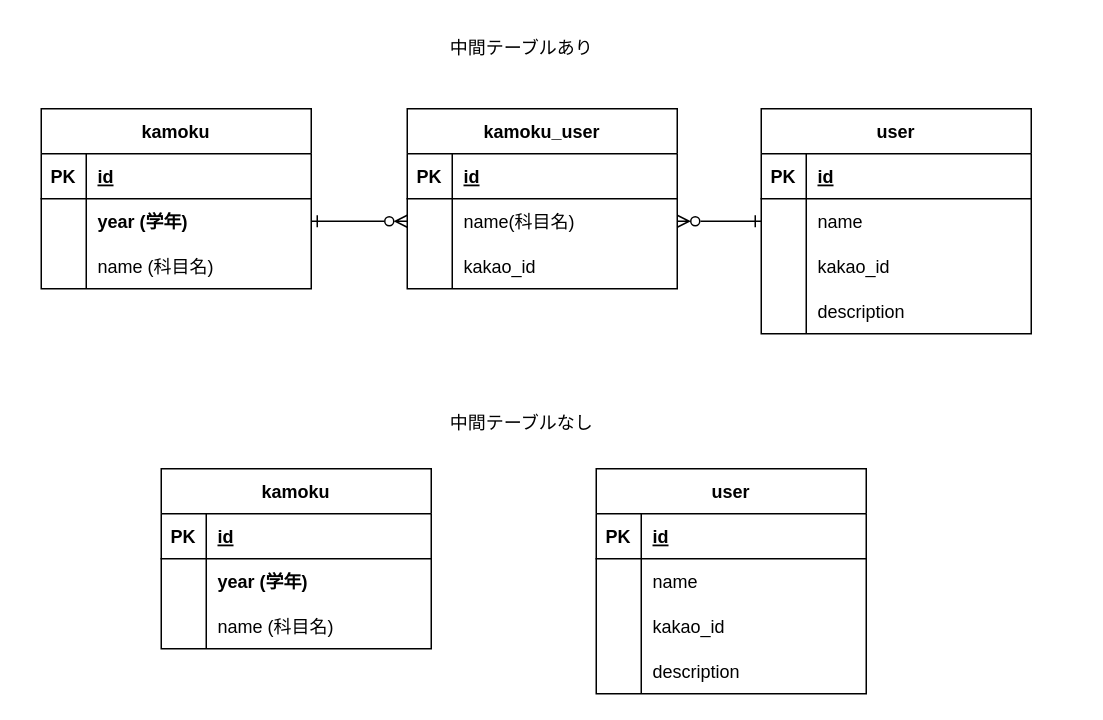
Earlier version of the draw.io diagram erd/demo2.dio (hirohiro-sys/ai-kakomon-share). Source tidied: cells renumbered, new cells numbered last; positions are measured from the earlier drawing's top-left corner, leaving out a move shared by most shapes. Both pictures are drawn from the tidied source at 150%, with x=0, y=0 at pixel (40, 26).
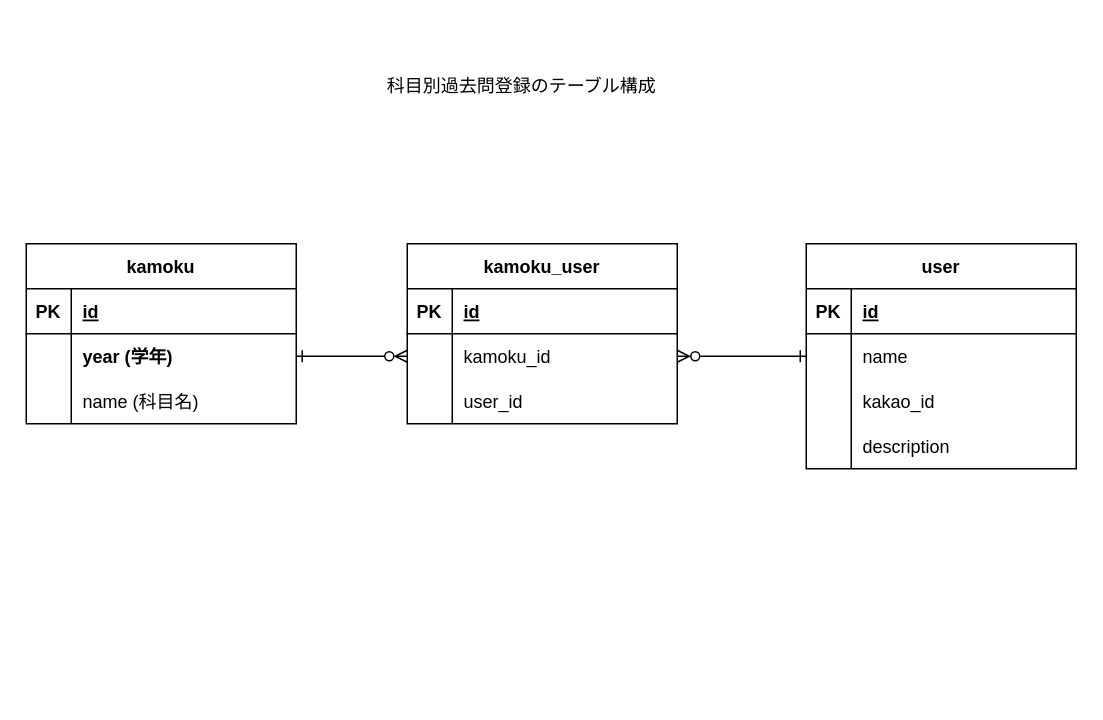
The same page after the edit.

Unchanged cells that the change refers to:
```xml
<mxCell id="41" style="shape=tableRow;horizontal=0;startSize=0;swimlaneHead=0;swimlaneBody=0;fillColor=none;points=[[0,0.5],[1,0.5]];portConstraint=eastwest;top=0;left=0;right=0;bottom=0;" parent="37" vertex="1">
  <mxGeometry y="60" width="180" height="30" as="geometry" />
</mxCell>
<mxCell id="54" style="shape=tableRow;horizontal=0;startSize=0;swimlaneHead=0;swimlaneBody=0;fillColor=none;points=[[0,0.5],[1,0.5]];portConstraint=eastwest;top=0;left=0;right=0;bottom=0;" parent="50" vertex="1">
  <mxGeometry y="60" width="180" height="30" as="geometry" />
</mxCell>
```

Change to the diagram source:
```diff
@@
-    <mxCell id="2" value="kamoku" style="shape=table;startSize=30;childLayout=tableLayout;rowLines=0;fontStyle=1;align=center;" parent="1" vertex="1">
-      <mxGeometry y="55" width="180" height="120" as="geometry" />
-    </mxCell>
-    <mxCell id="3" style="shape=tableRow;horizontal=0;startSize=0;swimlaneHead=0;swimlaneBody=0;fillColor=none;top=0;left=0;right=0;bottom=1;" parent="2" vertex="1">
-      <mxGeometry y="30" width="180" height="30" as="geometry" />
-    </mxCell>
-    <mxCell id="4" value="PK" style="shape=partialRectangle;fillColor=none;top=0;left=0;bottom=0;right=0;fontStyle=1;overflow=hidden;" parent="3" vertex="1">
-      <mxGeometry width="30" height="30" as="geometry" />
-    </mxCell>
-    <mxCell id="5" value="id" style="shape=partialRectangle;fillColor=none;top=0;left=0;bottom=0;right=0;align=left;spacingLeft=6;fontStyle=5;overflow=hidden;" parent="3" vertex="1">
-      <mxGeometry x="30" width="150" height="30" as="geometry" />
-    </mxCell>
-    <mxCell id="6" style="shape=tableRow;horizontal=0;startSize=0;swimlaneHead=0;swimlaneBody=0;fillColor=none;points=[[0,0.5],[1,0.5]];portConstraint=eastwest;top=0;left=0;right=0;bottom=0;" parent="2" vertex="1">
-      <mxGeometry y="60" width="180" height="30" as="geometry" />
-    </mxCell>
-    <mxCell id="7" style="shape=partialRectangle;fillColor=none;top=0;left=0;bottom=0;right=0;overflow=hidden;" parent="6" vertex="1">
-      <mxGeometry width="30" height="30" as="geometry" />
-    </mxCell>
-    <mxCell id="8" value="year (学年)" style="shape=partialRectangle;fillColor=none;top=0;left=0;bottom=0;right=0;align=left;spacingLeft=6;overflow=hidden;fontStyle=1;" parent="6" vertex="1">
-      <mxGeometry x="30" width="150" height="30" as="geometry" />
-    </mxCell>
-    <mxCell id="9" style="shape=tableRow;horizontal=0;startSize=0;swimlaneHead=0;swimlaneBody=0;fillColor=none;top=0;left=0;right=0;bottom=0;" parent="2" vertex="1">
-      <mxGeometry y="90" width="180" height="30" as="geometry" />
-    </mxCell>
-    <mxCell id="10" style="shape=partialRectangle;fillColor=none;top=0;left=0;bottom=0;right=0;overflow=hidden;" parent="9" vertex="1">
-      <mxGeometry width="30" height="30" as="geometry" />
-    </mxCell>
-    <mxCell id="11" value="name (科目名)" style="shape=partialRectangle;fillColor=none;top=0;left=0;bottom=0;right=0;align=left;spacingLeft=6;overflow=hidden;" parent="9" vertex="1">
-      <mxGeometry x="30" width="150" height="30" as="geometry" />
-    </mxCell>
-    <mxCell id="12" value="kamoku_user" style="shape=table;startSize=30;childLayout=tableLayout;rowLines=0;fontStyle=1;align=center;" parent="1" vertex="1">
-      <mxGeometry x="244" y="55" width="180" height="120" as="geometry" />
-    </mxCell>
-    <mxCell id="13" style="shape=tableRow;horizontal=0;startSize=0;swimlaneHead=0;swimlaneBody=0;fillColor=none;top=0;left=0;right=0;bottom=1;" parent="12" vertex="1">
-      <mxGeometry y="30" width="180" height="30" as="geometry" />
-    </mxCell>
-    <mxCell id="14" value="PK" style="shape=partialRectangle;fillColor=none;top=0;left=0;bottom=0;right=0;fontStyle=1;overflow=hidden;" parent="13" vertex="1">
-      <mxGeometry width="30" height="30" as="geometry" />
-    </mxCell>
-    <mxCell id="15" value="id" style="shape=partialRectangle;fillColor=none;top=0;left=0;bottom=0;right=0;align=left;spacingLeft=6;fontStyle=5;overflow=hidden;" parent="13" vertex="1">
-      <mxGeometry x="30" width="150" height="30" as="geometry" />
-    </mxCell>
-    <mxCell id="16" style="shape=tableRow;horizontal=0;startSize=0;swimlaneHead=0;swimlaneBody=0;fillColor=none;points=[[0,0.5],[1,0.5]];portConstraint=eastwest;top=0;left=0;right=0;bottom=0;" parent="12" vertex="1">
-      <mxGeometry y="60" width="180" height="30" as="geometry" />
-    </mxCell>
-    <mxCell id="17" style="shape=partialRectangle;fillColor=none;top=0;left=0;bottom=0;right=0;overflow=hidden;" parent="16" vertex="1">
-      <mxGeometry width="30" height="30" as="geometry" />
-    </mxCell>
-    <mxCell id="18" value="name(科目名)" style="shape=partialRectangle;fillColor=none;top=0;left=0;bottom=0;right=0;align=left;spacingLeft=6;overflow=hidden;" parent="16" vertex="1">
-      <mxGeometry x="30" width="150" height="30" as="geometry" />
-    </mxCell>
-    <mxCell id="19" style="shape=tableRow;horizontal=0;startSize=0;swimlaneHead=0;swimlaneBody=0;fillColor=none;top=0;left=0;right=0;bottom=0;" parent="12" vertex="1">
-      <mxGeometry y="90" width="180" height="30" as="geometry" />
-    </mxCell>
-    <mxCell id="20" style="shape=partialRectangle;fillColor=none;top=0;left=0;bottom=0;right=0;overflow=hidden;" parent="19" vertex="1">
-      <mxGeometry width="30" height="30" as="geometry" />
-    </mxCell>
-    <mxCell id="21" value="kakao_id" style="shape=partialRectangle;fillColor=none;top=0;left=0;bottom=0;right=0;align=left;spacingLeft=6;overflow=hidden;" parent="19" vertex="1">
-      <mxGeometry x="30" width="150" height="30" as="geometry" />
-    </mxCell>
-    <mxCell id="22" value="user" style="shape=table;startSize=30;childLayout=tableLayout;rowLines=0;fontStyle=1;align=center;" parent="1" vertex="1">
-      <mxGeometry x="480" y="55" width="180" height="150" as="geometry" />
-    </mxCell>
-    <mxCell id="23" style="shape=tableRow;horizontal=0;startSize=0;swimlaneHead=0;swimlaneBody=0;fillColor=none;top=0;left=0;right=0;bottom=1;" parent="22" vertex="1">
-      <mxGeometry y="30" width="180" height="30" as="geometry" />
-    </mxCell>
-    <mxCell id="24" value="PK" style="shape=partialRectangle;fillColor=none;top=0;left=0;bottom=0;right=0;fontStyle=1;overflow=hidden;" parent="23" vertex="1">
-      <mxGeometry width="30" height="30" as="geometry" />
-    </mxCell>
-    <mxCell id="25" value="id" style="shape=partialRectangle;fillColor=none;top=0;left=0;bottom=0;right=0;align=left;spacingLeft=6;fontStyle=5;overflow=hidden;" parent="23" vertex="1">
-      <mxGeometry x="30" width="150" height="30" as="geometry" />
-    </mxCell>
-    <mxCell id="26" style="shape=tableRow;horizontal=0;startSize=0;swimlaneHead=0;swimlaneBody=0;fillColor=none;points=[[0,0.5],[1,0.5]];portConstraint=eastwest;top=0;left=0;right=0;bottom=0;" parent="22" vertex="1">
-      <mxGeometry y="60" width="180" height="30" as="geometry" />
-    </mxCell>
-    <mxCell id="27" style="shape=partialRectangle;fillColor=none;top=0;left=0;bottom=0;right=0;overflow=hidden;" parent="26" vertex="1">
-      <mxGeometry width="30" height="30" as="geometry" />
-    </mxCell>
-    <mxCell id="28" value="name" style="shape=partialRectangle;fillColor=none;top=0;left=0;bottom=0;right=0;align=left;spacingLeft=6;overflow=hidden;" parent="26" vertex="1">
-      <mxGeometry x="30" width="150" height="30" as="geometry" />
-    </mxCell>
-    <mxCell id="29" style="shape=tableRow;horizontal=0;startSize=0;swimlaneHead=0;swimlaneBody=0;fillColor=none;top=0;left=0;right=0;bottom=0;" parent="22" vertex="1">
-      <mxGeometry y="90" width="180" height="30" as="geometry" />
-    </mxCell>
-    <mxCell id="30" style="shape=partialRectangle;fillColor=none;top=0;left=0;bottom=0;right=0;overflow=hidden;" parent="29" vertex="1">
-      <mxGeometry width="30" height="30" as="geometry" />
-    </mxCell>
-    <mxCell id="31" value="kakao_id" style="shape=partialRectangle;fillColor=none;top=0;left=0;bottom=0;right=0;align=left;spacingLeft=6;overflow=hidden;" parent="29" vertex="1">
-      <mxGeometry x="30" width="150" height="30" as="geometry" />
-    </mxCell>
-    <mxCell id="32" style="shape=tableRow;horizontal=0;startSize=0;swimlaneHead=0;swimlaneBody=0;fillColor=none;top=0;left=0;right=0;bottom=0;" parent="22" vertex="1">
-      <mxGeometry y="120" width="180" height="30" as="geometry" />
-    </mxCell>
-    <mxCell id="33" style="shape=partialRectangle;fillColor=none;top=0;left=0;bottom=0;right=0;overflow=hidden;" parent="32" vertex="1">
-      <mxGeometry width="30" height="30" as="geometry" />
-    </mxCell>
-    <mxCell id="34" value="description" style="shape=partialRectangle;fillColor=none;top=0;left=0;bottom=0;right=0;align=left;spacingLeft=6;overflow=hidden;" parent="32" vertex="1">
-      <mxGeometry x="30" width="150" height="30" as="geometry" />
-    </mxCell>
-    <mxCell id="35" style="edgeStyle=none;html=1;exitX=1;exitY=0.5;exitDx=0;exitDy=0;entryX=0;entryY=0.5;entryDx=0;entryDy=0;startArrow=ERone;startFill=0;endArrow=ERzeroToMany;endFill=0;" parent="1" edge="1" source="6" target="16">
-      <mxGeometry relative="1" as="geometry" />
-    </mxCell>
-    <mxCell id="36" style="edgeStyle=none;html=1;exitX=0;exitY=0.5;exitDx=0;exitDy=0;entryX=1;entryY=0.5;entryDx=0;entryDy=0;startArrow=ERone;startFill=0;endArrow=ERzeroToMany;endFill=0;" parent="1" edge="1" source="26" target="16">
-      <mxGeometry relative="1" as="geometry" />
-    </mxCell>
     <mxCell id="37" value="user" style="shape=table;startSize=30;childLayout=tableLayout;rowLines=0;fontStyle=1;align=center;" parent="1" vertex="1">
-      <mxGeometry x="370" y="295" width="180" height="150" as="geometry" />
+      <mxGeometry x="510" y="145" width="180" height="150" as="geometry" />
     </mxCell>
@@
     <mxCell id="50" value="kamoku" style="shape=table;startSize=30;childLayout=tableLayout;rowLines=0;fontStyle=1;align=center;" parent="1" vertex="1">
-      <mxGeometry x="80" y="295" width="180" height="120" as="geometry" />
+      <mxGeometry x="-10" y="145" width="180" height="120" as="geometry" />
     </mxCell>
@@
-    <mxCell id="60" value="中間テーブルあり" style="text;html=1;align=center;verticalAlign=middle;strokeColor=none;fillColor=none;fontSize=12;fontFamily=Helvetica;fontColor=default;" parent="1" vertex="1">
-      <mxGeometry x="260" width="120" height="30" as="geometry" />
-    </mxCell>
-    <mxCell id="61" value="中間テーブルなし" style="text;html=1;align=center;verticalAlign=middle;strokeColor=none;fillColor=none;fontSize=12;fontFamily=Helvetica;fontColor=default;" parent="1" vertex="1">
-      <mxGeometry x="260" y="250" width="120" height="30" as="geometry" />
+    <mxCell id="61" value="科目別過去問登録のテーブル構成" style="text;html=1;align=center;verticalAlign=middle;strokeColor=none;fillColor=none;fontSize=12;fontFamily=Helvetica;fontColor=default;" parent="1" vertex="1">
+      <mxGeometry x="220" y="25" width="200" height="30" as="geometry" />
     </mxCell>
+    <mxCell id="12" value="kamoku_user" style="shape=table;startSize=30;childLayout=tableLayout;rowLines=0;fontStyle=1;align=center;" parent="1" vertex="1">
+      <mxGeometry x="244" y="145" width="180" height="120" as="geometry" />
+    </mxCell>
+    <mxCell id="62" style="shape=tableRow;horizontal=0;startSize=0;swimlaneHead=0;swimlaneBody=0;fillColor=none;top=0;left=0;right=0;bottom=1;" parent="12" vertex="1">
+      <mxGeometry y="30" width="180" height="30" as="geometry" />
+    </mxCell>
+    <mxCell id="63" value="PK" style="shape=partialRectangle;fillColor=none;top=0;left=0;bottom=0;right=0;fontStyle=1;overflow=hidden;" parent="62" vertex="1">
+      <mxGeometry width="30" height="30" as="geometry" />
+    </mxCell>
+    <mxCell id="64" value="id" style="shape=partialRectangle;fillColor=none;top=0;left=0;bottom=0;right=0;align=left;spacingLeft=6;fontStyle=5;overflow=hidden;" parent="62" vertex="1">
+      <mxGeometry x="30" width="150" height="30" as="geometry" />
+    </mxCell>
+    <mxCell id="65" style="shape=tableRow;horizontal=0;startSize=0;swimlaneHead=0;swimlaneBody=0;fillColor=none;points=[[0,0.5],[1,0.5]];portConstraint=eastwest;top=0;left=0;right=0;bottom=0;" parent="12" vertex="1">
+      <mxGeometry y="60" width="180" height="30" as="geometry" />
+    </mxCell>
+    <mxCell id="66" style="shape=partialRectangle;fillColor=none;top=0;left=0;bottom=0;right=0;overflow=hidden;" parent="65" vertex="1">
+      <mxGeometry width="30" height="30" as="geometry" />
+    </mxCell>
+    <mxCell id="67" value="kamoku_id" style="shape=partialRectangle;fillColor=none;top=0;left=0;bottom=0;right=0;align=left;spacingLeft=6;overflow=hidden;" parent="65" vertex="1">
+      <mxGeometry x="30" width="150" height="30" as="geometry" />
+    </mxCell>
+    <mxCell id="68" style="shape=tableRow;horizontal=0;startSize=0;swimlaneHead=0;swimlaneBody=0;fillColor=none;top=0;left=0;right=0;bottom=0;" parent="12" vertex="1">
+      <mxGeometry y="90" width="180" height="30" as="geometry" />
+    </mxCell>
+    <mxCell id="69" style="shape=partialRectangle;fillColor=none;top=0;left=0;bottom=0;right=0;overflow=hidden;" parent="68" vertex="1">
+      <mxGeometry width="30" height="30" as="geometry" />
+    </mxCell>
+    <mxCell id="70" value="user_id" style="shape=partialRectangle;fillColor=none;top=0;left=0;bottom=0;right=0;align=left;spacingLeft=6;overflow=hidden;" parent="68" vertex="1">
+      <mxGeometry x="30" width="150" height="30" as="geometry" />
+    </mxCell>
+    <mxCell id="71" style="edgeStyle=none;html=1;exitX=1;exitY=0.5;exitDx=0;exitDy=0;entryX=0;entryY=0.5;entryDx=0;entryDy=0;endArrow=ERzeroToMany;endFill=0;startArrow=ERone;startFill=0;" parent="1" edge="1" source="54" target="65">
+      <mxGeometry relative="1" as="geometry" />
+    </mxCell>
+    <mxCell id="72" style="edgeStyle=none;html=1;exitX=0;exitY=0.5;exitDx=0;exitDy=0;entryX=1;entryY=0.5;entryDx=0;entryDy=0;startArrow=ERone;startFill=0;endArrow=ERzeroToMany;endFill=0;" parent="1" edge="1" source="41" target="65">
+      <mxGeometry relative="1" as="geometry" />
+    </mxCell>
```
